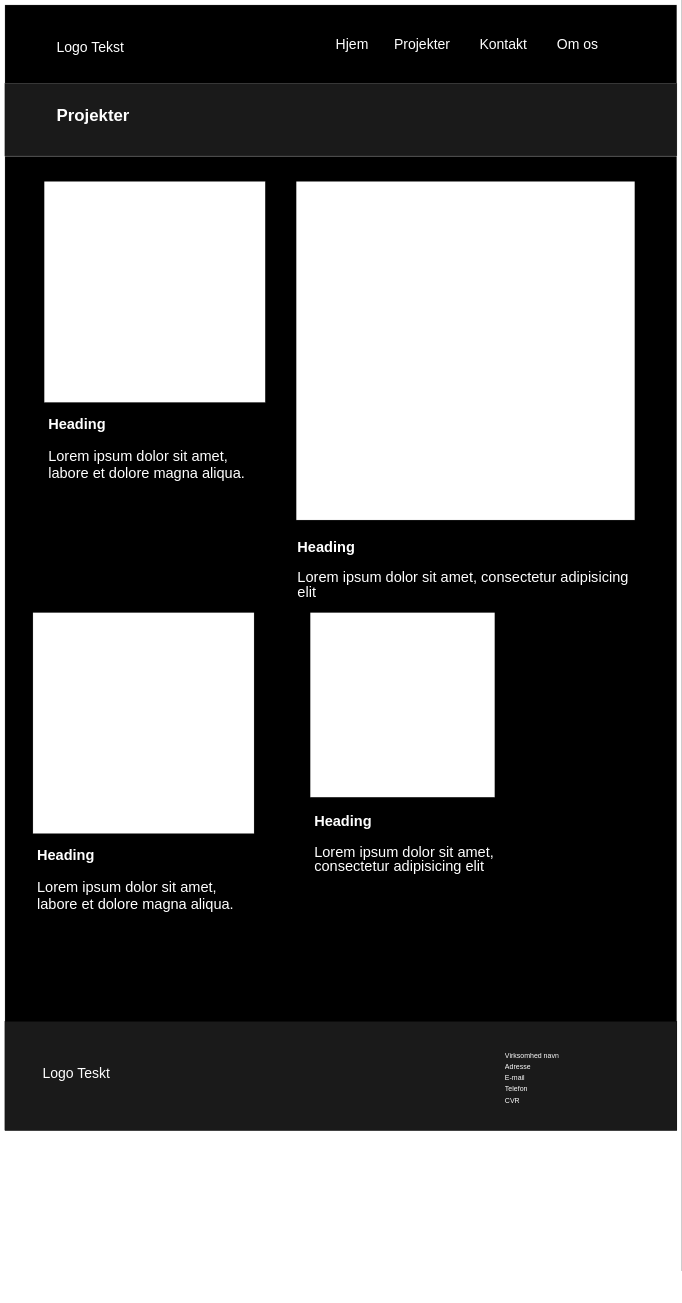
The draw.io diagram Produkt.drawio in meldg0d/Web1Assignment2, before the edit. Source tidied: cells renumbered, new cells numbered last; positions are measured from the earlier drawing's top-left corner, leaving out a move shared by most shapes. Both pictures are drawn from the tidied source at 28%, with x=0, y=0 at pixel (5, 5).
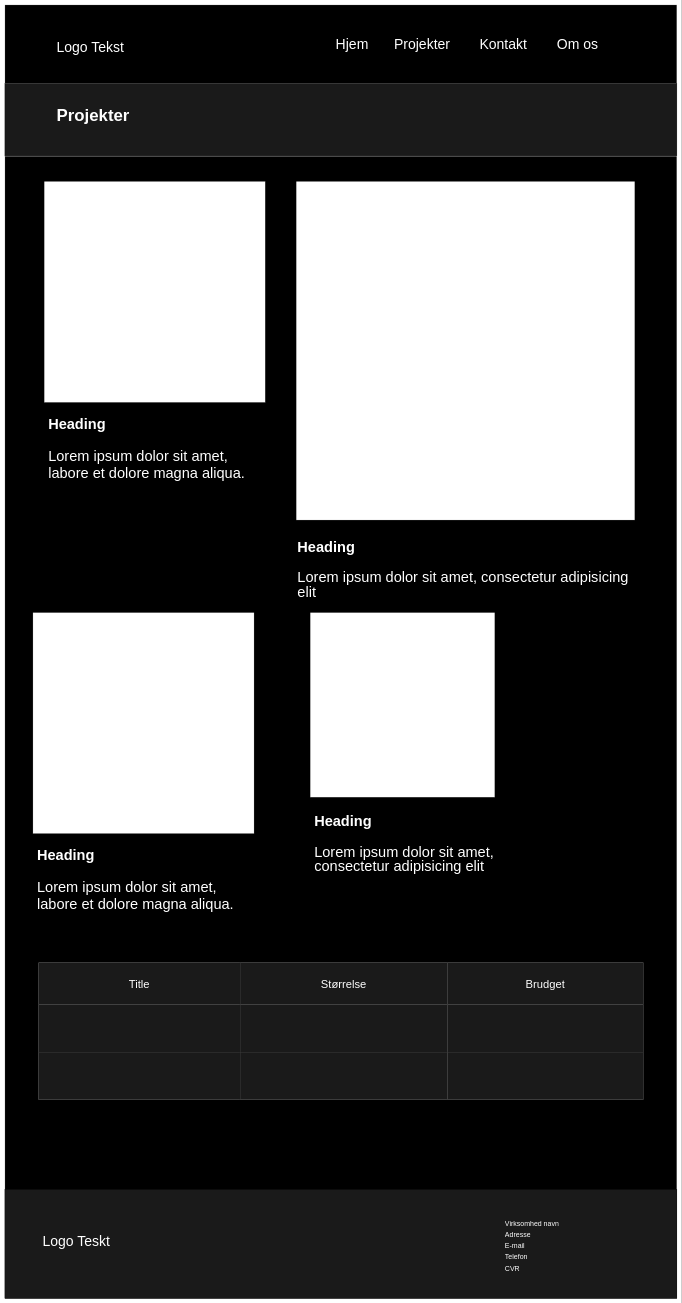
Above is the later version.

The edit, as a diff of the source:
```diff
@@
     <mxCell id="11" style="rounded=0;whiteSpace=wrap;html=1;fillColor=#000000;strokeColor=#FFFFFF;" parent="1" vertex="1">
-      <mxGeometry y="540" width="2400" height="3480" as="geometry" />
+      <mxGeometry y="540" width="2400" height="4080" as="geometry" />
     </mxCell>
@@
     <mxCell id="20" style="whiteSpace=wrap;html=1;fillColor=#1A1A1A;" parent="1" vertex="1">
-      <mxGeometry y="3630" width="2400" height="390" as="geometry" />
+      <mxGeometry y="4230" width="2400" height="390" as="geometry" />
     </mxCell>
     <mxCell id="21" value="Logo Teskt" style="text;html=1;strokeColor=none;fillColor=none;align=center;verticalAlign=middle;whiteSpace=wrap;rounded=0;fontSize=50;fontColor=#FFFFFF;" parent="1" vertex="1">
-      <mxGeometry x="130" y="3800" width="250" height="30" as="geometry" />
+      <mxGeometry x="130" y="4400" width="250" height="30" as="geometry" />
     </mxCell>
     <mxCell id="22" value="Virksomhed navn" style="text;strokeColor=none;fillColor=none;spacingLeft=4;spacingRight=4;overflow=hidden;fontSize=25;whiteSpace=wrap;html=1;fontColor=#FFFFFF;" parent="1" vertex="1">
-      <mxGeometry x="1780" y="3730" width="250" height="30" as="geometry" />
+      <mxGeometry x="1780" y="4330" width="250" height="30" as="geometry" />
     </mxCell>
     <mxCell id="23" value="Adresse" style="text;strokeColor=none;fillColor=none;spacingLeft=4;spacingRight=4;overflow=hidden;fontSize=25;whiteSpace=wrap;html=1;fontColor=#FFFFFF;" parent="1" vertex="1">
-      <mxGeometry x="1780" y="3770" width="250" height="30" as="geometry" />
+      <mxGeometry x="1780" y="4370" width="250" height="30" as="geometry" />
     </mxCell>
     <mxCell id="24" value="E-mail" style="text;strokeColor=none;fillColor=none;spacingLeft=4;spacingRight=4;overflow=hidden;fontSize=25;whiteSpace=wrap;html=1;fontColor=#FFFFFF;" parent="1" vertex="1">
-      <mxGeometry x="1780" y="3810" width="250" height="30" as="geometry" />
+      <mxGeometry x="1780" y="4410" width="250" height="30" as="geometry" />
     </mxCell>
     <mxCell id="25" value="Telefon" style="text;strokeColor=none;fillColor=none;spacingLeft=4;spacingRight=4;overflow=hidden;fontSize=25;whiteSpace=wrap;html=1;fontColor=#FFFFFF;" parent="1" vertex="1">
-      <mxGeometry x="1780" y="3850" width="250" height="30" as="geometry" />
+      <mxGeometry x="1780" y="4450" width="250" height="30" as="geometry" />
     </mxCell>
     <mxCell id="26" value="CVR" style="text;strokeColor=none;fillColor=none;spacingLeft=4;spacingRight=4;overflow=hidden;fontSize=25;whiteSpace=wrap;html=1;fontColor=#FFFFFF;" parent="1" vertex="1">
-      <mxGeometry x="1780" y="3890" width="250" height="30" as="geometry" />
+      <mxGeometry x="1780" y="4490" width="250" height="30" as="geometry" />
     </mxCell>
+    <mxCell id="27" style="shape=table;startSize=0;childLayout=tableLayout;fontSize=16;" parent="1" vertex="1">
+      <mxGeometry x="120" y="3420" width="2160" height="490" as="geometry" />
+    </mxCell>
+    <mxCell id="28" style="shape=tableRow;horizontal=0;startSize=0;swimlaneHead=0;swimlaneBody=0;strokeColor=inherit;top=0;left=0;bottom=0;right=0;fillColor=none;fontSize=16;" parent="27" vertex="1">
+      <mxGeometry width="2160" height="150" as="geometry" />
+    </mxCell>
+    <mxCell id="29" value="&lt;font style=&quot;font-size: 40px;&quot; color=&quot;#ffffff&quot;&gt;Title&lt;/font&gt;" style="shape=partialRectangle;html=1;whiteSpace=wrap;overflow=hidden;top=0;left=0;bottom=0;right=0;fontSize=16;fillColor=#1A1A1A;strokeColor=#FFFFFF;strokeWidth=6;" parent="28" vertex="1">
+      <mxGeometry width="720" height="150" as="geometry" />
+    </mxCell>
+    <mxCell id="30" value="&lt;font style=&quot;font-size: 40px;&quot; color=&quot;#ffffff&quot;&gt;Størrelse&lt;/font&gt;" style="shape=partialRectangle;html=1;whiteSpace=wrap;overflow=hidden;top=0;left=0;bottom=0;right=0;fontSize=16;fillColor=#1A1A1A;strokeColor=#FFFFFF;strokeWidth=6;" parent="28" vertex="1">
+      <mxGeometry x="720" width="740" height="150" as="geometry" />
+    </mxCell>
+    <mxCell id="31" value="&lt;font style=&quot;font-size: 40px;&quot; color=&quot;#ffffff&quot;&gt;Brudget&lt;/font&gt;" style="shape=partialRectangle;html=1;whiteSpace=wrap;overflow=hidden;top=0;left=0;bottom=0;right=0;fontSize=16;fillColor=#1A1A1A;strokeColor=#FFFFFF;strokeWidth=6;" parent="28" vertex="1">
+      <mxGeometry x="1460" width="700" height="150" as="geometry" />
+    </mxCell>
+    <mxCell id="32" style="shape=tableRow;horizontal=0;startSize=0;swimlaneHead=0;swimlaneBody=0;strokeColor=inherit;top=0;left=0;bottom=0;right=0;fillColor=none;fontSize=16;" parent="27" vertex="1">
+      <mxGeometry y="150" width="2160" height="170" as="geometry" />
+    </mxCell>
+    <mxCell id="33" style="shape=partialRectangle;html=1;whiteSpace=wrap;overflow=hidden;top=0;left=0;bottom=0;right=0;fontSize=16;fillColor=#1A1A1A;strokeColor=#FFFFFF;strokeWidth=6;" parent="32" vertex="1">
+      <mxGeometry width="720" height="170" as="geometry" />
+    </mxCell>
+    <mxCell id="34" style="shape=partialRectangle;html=1;whiteSpace=wrap;overflow=hidden;top=0;left=0;bottom=0;right=0;fontSize=16;fillColor=#1A1A1A;strokeColor=#FFFFFF;strokeWidth=6;" parent="32" vertex="1">
+      <mxGeometry x="720" width="740" height="170" as="geometry" />
+    </mxCell>
+    <mxCell id="35" style="shape=partialRectangle;html=1;whiteSpace=wrap;overflow=hidden;top=0;left=0;bottom=0;right=0;fontSize=16;fillColor=#1A1A1A;strokeColor=#FFFFFF;strokeWidth=6;" parent="32" vertex="1">
+      <mxGeometry x="1460" width="700" height="170" as="geometry" />
+    </mxCell>
+    <mxCell id="36" style="shape=tableRow;horizontal=0;startSize=0;swimlaneHead=0;swimlaneBody=0;strokeColor=inherit;top=0;left=0;bottom=0;right=0;fillColor=none;fontSize=16;" parent="27" vertex="1">
+      <mxGeometry y="320" width="2160" height="170" as="geometry" />
+    </mxCell>
+    <mxCell id="37" style="shape=partialRectangle;html=1;whiteSpace=wrap;overflow=hidden;top=0;left=0;bottom=0;right=0;fontSize=16;fillColor=#1A1A1A;strokeColor=#FFFFFF;strokeWidth=6;" parent="36" vertex="1">
+      <mxGeometry width="720" height="170" as="geometry" />
+    </mxCell>
+    <mxCell id="38" style="shape=partialRectangle;html=1;whiteSpace=wrap;overflow=hidden;top=0;left=0;bottom=0;right=0;fontSize=16;fillColor=#1A1A1A;strokeColor=#FFFFFF;strokeWidth=6;" parent="36" vertex="1">
+      <mxGeometry x="720" width="740" height="170" as="geometry" />
+    </mxCell>
+    <mxCell id="39" style="shape=partialRectangle;html=1;whiteSpace=wrap;overflow=hidden;top=0;left=0;bottom=0;right=0;fontSize=16;fillColor=#1A1A1A;strokeColor=#FFFFFF;strokeWidth=6;" parent="36" vertex="1">
+      <mxGeometry x="1460" width="700" height="170" as="geometry" />
+    </mxCell>
```
